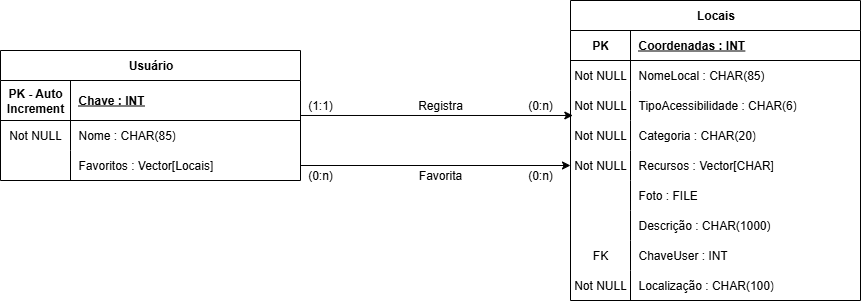
Above: doc/Banco AcessoLivre.png in Erlanoep13/Acesso-Livre (draw.io), before the change. Source tidied: cells renumbered, new cells last; positions are measured from the earlier drawing's top-left corner, leaving out a move shared by most shapes.
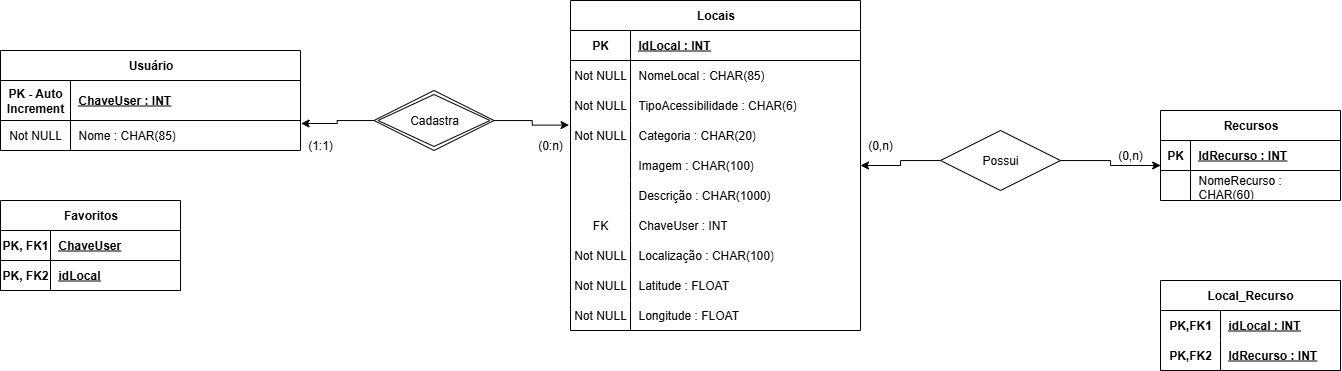
The same diagram one commit later.

Commit message:
Corrigindo modelo do banco de dados

Change to the diagram source:
```diff
@@ -3,7 +3,7 @@
     <mxCell id="0" />
     <mxCell id="1" parent="0" />
     <mxCell id="2" value="Usuário" style="shape=table;startSize=30;rowLines=0;fontStyle=1;align=center;html=1;" parent="1" vertex="1">
-      <mxGeometry y="50" width="300" height="130" as="geometry" />
+      <mxGeometry y="50" width="300" height="100" as="geometry" />
     </mxCell>
     <mxCell id="3" style="shape=tableRow;horizontal=0;startSize=0;swimlaneHead=0;swimlaneBody=0;fillColor=none;top=0;left=0;right=0;bottom=1;" parent="2" vertex="1">
       <mxGeometry y="30" width="300" height="40" as="geometry" />
@@ -11,7 +11,7 @@
     <mxCell id="4" value="PK - Auto Increment" style="shape=partialRectangle;fillColor=none;top=0;left=0;bottom=0;right=0;fontStyle=1;overflow=hidden;whiteSpace=wrap;html=1;" parent="3" vertex="1">
       <mxGeometry width="70" height="40" as="geometry" />
     </mxCell>
-    <mxCell id="5" value="Chave : INT" style="shape=partialRectangle;fillColor=none;top=0;left=0;bottom=0;right=0;align=left;spacingLeft=6;fontStyle=5;overflow=hidden;whiteSpace=wrap;html=1;" parent="3" vertex="1">
+    <mxCell id="5" value="ChaveUser : INT" style="shape=partialRectangle;fillColor=none;top=0;left=0;bottom=0;right=0;align=left;spacingLeft=6;fontStyle=5;overflow=hidden;whiteSpace=wrap;html=1;" parent="3" vertex="1">
       <mxGeometry x="70" width="230" height="40" as="geometry" />
     </mxCell>
     <mxCell id="6" style="shape=tableRow;horizontal=0;startSize=0;swimlaneHead=0;swimlaneBody=0;fillColor=none;points=[[0,0.5],[1,0.5]];portConstraint=eastwest;top=0;left=0;right=0;bottom=0;" parent="2" vertex="1">
@@ -23,17 +23,8 @@
     <mxCell id="8" value="Nome : CHAR(85)" style="shape=partialRectangle;fillColor=none;top=0;left=0;bottom=0;right=0;align=left;spacingLeft=6;overflow=hidden;whiteSpace=wrap;html=1;" parent="6" vertex="1">
       <mxGeometry x="70" width="230" height="30" as="geometry" />
     </mxCell>
-    <mxCell id="9" style="shape=tableRow;horizontal=0;startSize=0;swimlaneHead=0;swimlaneBody=0;fillColor=none;points=[[0,0.5],[1,0.5]];portConstraint=eastwest;top=0;left=0;right=0;bottom=0;" parent="2" vertex="1">
-      <mxGeometry y="100" width="300" height="30" as="geometry" />
-    </mxCell>
-    <mxCell id="10" style="shape=partialRectangle;fillColor=none;top=0;left=0;bottom=0;right=0;overflow=hidden;whiteSpace=wrap;html=1;" parent="9" vertex="1">
-      <mxGeometry width="70" height="30" as="geometry" />
-    </mxCell>
-    <mxCell id="11" value="Favoritos : Vector[Locais]" style="shape=partialRectangle;fillColor=none;top=0;left=0;bottom=0;right=0;align=left;spacingLeft=6;overflow=hidden;whiteSpace=wrap;html=1;" parent="9" vertex="1">
-      <mxGeometry x="70" width="230" height="30" as="geometry" />
-    </mxCell>
     <mxCell id="12" value="Locais" style="shape=table;startSize=30;rowLines=0;fontStyle=1;align=center;html=1;" parent="1" vertex="1">
-      <mxGeometry x="570" width="290" height="300" as="geometry" />
+      <mxGeometry x="570" width="290" height="330" as="geometry" />
     </mxCell>
     <mxCell id="13" style="shape=tableRow;horizontal=0;startSize=0;swimlaneHead=0;swimlaneBody=0;fillColor=none;top=0;left=0;right=0;bottom=1;" parent="12" vertex="1">
       <mxGeometry y="30" width="290" height="30" as="geometry" />
@@ -41,7 +32,7 @@
     <mxCell id="14" value="PK" style="shape=partialRectangle;fillColor=none;top=0;left=0;bottom=0;right=0;fontStyle=1;overflow=hidden;whiteSpace=wrap;html=1;" parent="13" vertex="1">
       <mxGeometry width="60" height="30" as="geometry" />
     </mxCell>
-    <mxCell id="15" value="Coordenadas : INT" style="shape=partialRectangle;fillColor=none;top=0;left=0;bottom=0;right=0;align=left;spacingLeft=6;fontStyle=5;overflow=hidden;whiteSpace=wrap;html=1;" parent="13" vertex="1">
+    <mxCell id="15" value="IdLocal : INT" style="shape=partialRectangle;fillColor=none;top=0;left=0;bottom=0;right=0;align=left;spacingLeft=6;fontStyle=5;overflow=hidden;whiteSpace=wrap;html=1;" parent="13" vertex="1">
       <mxGeometry x="60" width="230" height="30" as="geometry" />
     </mxCell>
     <mxCell id="16" style="shape=tableRow;horizontal=0;startSize=0;swimlaneHead=0;swimlaneBody=0;fillColor=none;top=0;left=0;right=0;bottom=0;" parent="12" vertex="1">
@@ -71,26 +62,17 @@
     <mxCell id="24" value="Categoria : CHAR(20)" style="shape=partialRectangle;fillColor=none;top=0;left=0;bottom=0;right=0;align=left;spacingLeft=6;overflow=hidden;whiteSpace=wrap;html=1;" parent="22" vertex="1">
       <mxGeometry x="60" width="230" height="30" as="geometry" />
     </mxCell>
-    <mxCell id="25" style="shape=tableRow;horizontal=0;startSize=0;swimlaneHead=0;swimlaneBody=0;fillColor=none;points=[[0,0.5],[1,0.5]];portConstraint=eastwest;top=0;left=0;right=0;bottom=0;" parent="12" vertex="1">
-      <mxGeometry y="150" width="290" height="30" as="geometry" />
-    </mxCell>
-    <mxCell id="26" value="Not NULL" style="shape=partialRectangle;fillColor=none;top=0;left=0;bottom=0;right=0;overflow=hidden;whiteSpace=wrap;html=1;" parent="25" vertex="1">
-      <mxGeometry width="60" height="30" as="geometry" />
-    </mxCell>
-    <mxCell id="27" value="Recursos : Vector[CHAR]" style="shape=partialRectangle;fillColor=none;top=0;left=0;bottom=0;right=0;align=left;spacingLeft=6;overflow=hidden;whiteSpace=wrap;html=1;" parent="25" vertex="1">
-      <mxGeometry x="60" width="230" height="30" as="geometry" />
-    </mxCell>
     <mxCell id="28" style="shape=tableRow;horizontal=0;startSize=0;swimlaneHead=0;swimlaneBody=0;fillColor=none;points=[[0,0.5],[1,0.5]];portConstraint=eastwest;top=0;left=0;right=0;bottom=0;" parent="12" vertex="1">
-      <mxGeometry y="180" width="290" height="30" as="geometry" />
+      <mxGeometry y="150" width="290" height="30" as="geometry" />
     </mxCell>
     <mxCell id="29" style="shape=partialRectangle;fillColor=none;top=0;left=0;bottom=0;right=0;overflow=hidden;whiteSpace=wrap;html=1;" parent="28" vertex="1">
       <mxGeometry width="60" height="30" as="geometry" />
     </mxCell>
-    <mxCell id="30" value="Foto : FILE" style="shape=partialRectangle;fillColor=none;top=0;left=0;bottom=0;right=0;align=left;spacingLeft=6;overflow=hidden;whiteSpace=wrap;html=1;" parent="28" vertex="1">
+    <mxCell id="30" value="Imagem : CHAR(100)" style="shape=partialRectangle;fillColor=none;top=0;left=0;bottom=0;right=0;align=left;spacingLeft=6;overflow=hidden;whiteSpace=wrap;html=1;" parent="28" vertex="1">
       <mxGeometry x="60" width="230" height="30" as="geometry" />
     </mxCell>
     <mxCell id="31" style="shape=tableRow;horizontal=0;startSize=0;swimlaneHead=0;swimlaneBody=0;fillColor=none;top=0;left=0;right=0;bottom=0;" parent="12" vertex="1">
-      <mxGeometry y="210" width="290" height="30" as="geometry" />
+      <mxGeometry y="180" width="290" height="30" as="geometry" />
     </mxCell>
     <mxCell id="32" style="shape=partialRectangle;fillColor=none;top=0;left=0;bottom=0;right=0;overflow=hidden;whiteSpace=wrap;html=1;" parent="31" vertex="1">
       <mxGeometry width="60" height="30" as="geometry" />
@@ -99,7 +81,7 @@
       <mxGeometry x="60" width="230" height="30" as="geometry" />
     </mxCell>
     <mxCell id="34" style="shape=tableRow;horizontal=0;startSize=0;swimlaneHead=0;swimlaneBody=0;fillColor=none;top=0;left=0;right=0;bottom=0;" parent="12" vertex="1">
-      <mxGeometry y="240" width="290" height="30" as="geometry" />
+      <mxGeometry y="210" width="290" height="30" as="geometry" />
     </mxCell>
     <mxCell id="35" value="FK" style="shape=partialRectangle;fillColor=none;top=0;left=0;bottom=0;right=0;overflow=hidden;whiteSpace=wrap;html=1;" parent="34" vertex="1">
       <mxGeometry width="60" height="30" as="geometry" />
@@ -108,7 +90,7 @@
       <mxGeometry x="60" width="230" height="30" as="geometry" />
     </mxCell>
     <mxCell id="37" style="shape=tableRow;horizontal=0;startSize=0;swimlaneHead=0;swimlaneBody=0;fillColor=none;top=0;left=0;right=0;bottom=0;" parent="12" vertex="1">
-      <mxGeometry y="270" width="290" height="30" as="geometry" />
+      <mxGeometry y="240" width="290" height="30" as="geometry" />
     </mxCell>
     <mxCell id="38" value="Not NULL" style="shape=partialRectangle;fillColor=none;top=0;left=0;bottom=0;right=0;overflow=hidden;whiteSpace=wrap;html=1;" parent="37" vertex="1">
       <mxGeometry width="60" height="30" as="geometry" />
@@ -116,29 +98,116 @@
     <mxCell id="39" value="Localização : CHAR(100)" style="shape=partialRectangle;fillColor=none;top=0;left=0;bottom=0;right=0;align=left;spacingLeft=6;overflow=hidden;whiteSpace=wrap;html=1;" parent="37" vertex="1">
       <mxGeometry x="60" width="230" height="30" as="geometry" />
     </mxCell>
-    <mxCell id="40" value="Registra" style="text;html=1;align=center;verticalAlign=middle;whiteSpace=wrap;rounded=0;" parent="1" vertex="1">
-      <mxGeometry x="410" y="90" width="60" height="30" as="geometry" />
-    </mxCell>
-    <mxCell id="41" style="edgeStyle=orthogonalEdgeStyle;rounded=0;jettySize=auto;html=1;entryX=0;entryY=0.5;entryDx=0;entryDy=0;" parent="1" edge="1" source="9" target="25">
-      <mxGeometry relative="1" as="geometry" />
-    </mxCell>
-    <mxCell id="42" value="Favorita" style="text;html=1;align=center;verticalAlign=middle;whiteSpace=wrap;rounded=0;" parent="1" vertex="1">
-      <mxGeometry x="410" y="160" width="60" height="30" as="geometry" />
-    </mxCell>
-    <mxCell id="43" style="edgeStyle=orthogonalEdgeStyle;rounded=0;jettySize=auto;html=1;entryX=0.008;entryY=0.833;entryDx=0;entryDy=0;entryPerimeter=0;" parent="1" edge="1" source="2" target="19">
-      <mxGeometry relative="1" as="geometry" />
-    </mxCell>
+    <mxCell id="48" style="shape=tableRow;horizontal=0;startSize=0;swimlaneHead=0;swimlaneBody=0;fillColor=none;top=0;left=0;right=0;bottom=0;" parent="12" vertex="1">
+      <mxGeometry y="270" width="290" height="30" as="geometry" />
+    </mxCell>
+    <mxCell id="49" value="Not NULL" style="shape=partialRectangle;fillColor=none;top=0;left=0;bottom=0;right=0;overflow=hidden;whiteSpace=wrap;html=1;" parent="48" vertex="1">
+      <mxGeometry width="60" height="30" as="geometry" />
+    </mxCell>
+    <mxCell id="50" value="Latitude : FLOAT" style="shape=partialRectangle;fillColor=none;top=0;left=0;bottom=0;right=0;align=left;spacingLeft=6;overflow=hidden;whiteSpace=wrap;html=1;" parent="48" vertex="1">
+      <mxGeometry x="60" width="230" height="30" as="geometry" />
+    </mxCell>
+    <mxCell id="51" style="shape=tableRow;horizontal=0;startSize=0;swimlaneHead=0;swimlaneBody=0;fillColor=none;top=0;left=0;right=0;bottom=0;" parent="12" vertex="1">
+      <mxGeometry y="300" width="290" height="30" as="geometry" />
+    </mxCell>
+    <mxCell id="52" value="Not NULL" style="shape=partialRectangle;fillColor=none;top=0;left=0;bottom=0;right=0;overflow=hidden;whiteSpace=wrap;html=1;" parent="51" vertex="1">
+      <mxGeometry width="60" height="30" as="geometry" />
+    </mxCell>
+    <mxCell id="53" value="Longitude : FLOAT" style="shape=partialRectangle;fillColor=none;top=0;left=0;bottom=0;right=0;align=left;spacingLeft=6;overflow=hidden;whiteSpace=wrap;html=1;" parent="51" vertex="1">
+      <mxGeometry x="60" width="230" height="30" as="geometry" />
+    </mxCell>
     <mxCell id="44" value="(0:n)" style="text;html=1;align=center;verticalAlign=middle;whiteSpace=wrap;rounded=0;" parent="1" vertex="1">
-      <mxGeometry x="510" y="90" width="60" height="30" as="geometry" />
+      <mxGeometry x="520" y="130" width="60" height="30" as="geometry" />
     </mxCell>
     <mxCell id="45" value="(1:1)" style="text;html=1;align=center;verticalAlign=middle;whiteSpace=wrap;rounded=0;" parent="1" vertex="1">
-      <mxGeometry x="290" y="90" width="60" height="30" as="geometry" />
+      <mxGeometry x="290" y="130" width="60" height="30" as="geometry" />
     </mxCell>
-    <mxCell id="46" value="(0:n)" style="text;html=1;align=center;verticalAlign=middle;whiteSpace=wrap;rounded=0;" parent="1" vertex="1">
-      <mxGeometry x="510" y="160" width="60" height="30" as="geometry" />
-    </mxCell>
-    <mxCell id="47" value="(0:n)" style="text;html=1;align=center;verticalAlign=middle;whiteSpace=wrap;rounded=0;" parent="1" vertex="1">
-      <mxGeometry x="290" y="160" width="60" height="30" as="geometry" />
-    </mxCell>
+    <mxCell id="54" value="Favoritos" style="shape=table;startSize=30;rowLines=0;fontStyle=1;align=center;html=1;" parent="1" vertex="1">
+      <mxGeometry y="200" width="180" height="90" as="geometry" />
+    </mxCell>
+    <mxCell id="55" style="shape=tableRow;horizontal=0;startSize=0;swimlaneHead=0;swimlaneBody=0;fillColor=none;top=0;left=0;right=0;bottom=1;" parent="54" vertex="1">
+      <mxGeometry y="30" width="180" height="30" as="geometry" />
+    </mxCell>
+    <mxCell id="56" value="PK, FK1" style="shape=partialRectangle;fillColor=none;top=0;left=0;bottom=0;right=0;fontStyle=1;overflow=hidden;whiteSpace=wrap;html=1;" parent="55" vertex="1">
+      <mxGeometry width="50" height="30" as="geometry" />
+    </mxCell>
+    <mxCell id="57" value="ChaveUser" style="shape=partialRectangle;fillColor=none;top=0;left=0;bottom=0;right=0;align=left;spacingLeft=6;fontStyle=5;overflow=hidden;whiteSpace=wrap;html=1;" parent="55" vertex="1">
+      <mxGeometry x="50" width="130" height="30" as="geometry" />
+    </mxCell>
+    <mxCell id="58" style="shape=tableRow;horizontal=0;startSize=0;swimlaneHead=0;swimlaneBody=0;fillColor=none;top=0;left=0;right=0;bottom=1;" parent="54" vertex="1">
+      <mxGeometry y="60" width="180" height="30" as="geometry" />
+    </mxCell>
+    <mxCell id="59" value="PK, FK2" style="shape=partialRectangle;fillColor=none;top=0;left=0;bottom=0;right=0;fontStyle=1;overflow=hidden;whiteSpace=wrap;html=1;" parent="58" vertex="1">
+      <mxGeometry width="50" height="30" as="geometry" />
+    </mxCell>
+    <mxCell id="60" value="idLocal" style="shape=partialRectangle;fillColor=none;top=0;left=0;bottom=0;right=0;align=left;spacingLeft=6;fontStyle=5;overflow=hidden;whiteSpace=wrap;html=1;" parent="58" vertex="1">
+      <mxGeometry x="50" width="130" height="30" as="geometry" />
+    </mxCell>
+    <mxCell id="61" value="Cadastra" style="shape=rhombus;double=1;perimeter=rhombusPerimeter;whiteSpace=wrap;html=1;align=center;" parent="1" vertex="1">
+      <mxGeometry x="373.5" y="90" width="120" height="60" as="geometry" />
+    </mxCell>
+    <mxCell id="62" style="edgeStyle=orthogonalEdgeStyle;rounded=0;jettySize=auto;html=1;entryX=1.002;entryY=0.1;entryDx=0;entryDy=0;entryPerimeter=0;" parent="1" edge="1" source="61" target="6">
+      <mxGeometry relative="1" as="geometry" />
+    </mxCell>
+    <mxCell id="63" style="edgeStyle=orthogonalEdgeStyle;rounded=0;jettySize=auto;html=1;entryX=-0.005;entryY=0.153;entryDx=0;entryDy=0;entryPerimeter=0;" parent="1" edge="1" source="61" target="22">
+      <mxGeometry relative="1" as="geometry" />
+    </mxCell>
+    <mxCell id="64" value="Recursos" style="shape=table;startSize=30;rowLines=0;fontStyle=1;align=center;html=1;" parent="1" vertex="1">
+      <mxGeometry x="1160" y="110" width="180" height="90" as="geometry" />
+    </mxCell>
+    <mxCell id="65" style="shape=tableRow;horizontal=0;startSize=0;swimlaneHead=0;swimlaneBody=0;fillColor=none;points=[[0,0.5],[1,0.5]];portConstraint=eastwest;top=0;left=0;right=0;bottom=1;" parent="64" vertex="1">
+      <mxGeometry y="30" width="180" height="30" as="geometry" />
+    </mxCell>
+    <mxCell id="66" value="PK" style="shape=partialRectangle;fillColor=none;top=0;left=0;bottom=0;right=0;fontStyle=1;overflow=hidden;whiteSpace=wrap;html=1;" parent="65" vertex="1">
+      <mxGeometry width="30" height="30" as="geometry" />
+    </mxCell>
+    <mxCell id="67" value="IdRecurso : INT" style="shape=partialRectangle;fillColor=none;top=0;left=0;bottom=0;right=0;align=left;spacingLeft=6;fontStyle=5;overflow=hidden;whiteSpace=wrap;html=1;" parent="65" vertex="1">
+      <mxGeometry x="30" width="150" height="30" as="geometry" />
+    </mxCell>
+    <mxCell id="68" style="shape=tableRow;horizontal=0;startSize=0;swimlaneHead=0;swimlaneBody=0;fillColor=none;top=0;left=0;right=0;bottom=0;" parent="64" vertex="1">
+      <mxGeometry y="60" width="180" height="30" as="geometry" />
+    </mxCell>
+    <mxCell id="69" style="shape=partialRectangle;fillColor=none;top=0;left=0;bottom=0;right=0;overflow=hidden;whiteSpace=wrap;html=1;" parent="68" vertex="1">
+      <mxGeometry width="30" height="30" as="geometry" />
+    </mxCell>
+    <mxCell id="70" value="NomeRecurso : CHAR(60)" style="shape=partialRectangle;fillColor=none;top=0;left=0;bottom=0;right=0;align=left;spacingLeft=6;overflow=hidden;whiteSpace=wrap;html=1;" parent="68" vertex="1">
+      <mxGeometry x="30" width="150" height="30" as="geometry" />
+    </mxCell>
+    <mxCell id="71" style="edgeStyle=orthogonalEdgeStyle;rounded=0;jettySize=auto;html=1;entryX=1;entryY=0.5;entryDx=0;entryDy=0;" parent="1" edge="1" source="72" target="28">
+      <mxGeometry relative="1" as="geometry" />
+    </mxCell>
+    <mxCell id="72" value="Possui" style="shape=rhombus;perimeter=rhombusPerimeter;whiteSpace=wrap;html=1;align=center;" parent="1" vertex="1">
+      <mxGeometry x="940" y="130" width="120" height="60" as="geometry" />
+    </mxCell>
+    <mxCell id="73" style="edgeStyle=orthogonalEdgeStyle;rounded=0;jettySize=auto;html=1;entryX=0.001;entryY=0.833;entryDx=0;entryDy=0;entryPerimeter=0;" parent="1" edge="1" source="72" target="65">
+      <mxGeometry relative="1" as="geometry" />
+    </mxCell>
+    <mxCell id="74" value="(0,n)" style="text;html=1;align=center;verticalAlign=middle;whiteSpace=wrap;rounded=0;" parent="1" vertex="1">
+      <mxGeometry x="850" y="130" width="60" height="30" as="geometry" />
+    </mxCell>
+    <mxCell id="75" value="(0,n)" style="text;html=1;align=center;verticalAlign=middle;whiteSpace=wrap;rounded=0;" parent="1" vertex="1">
+      <mxGeometry x="1100" y="140" width="60" height="30" as="geometry" />
+    </mxCell>
+    <mxCell id="76" value="Local_Recurso" style="shape=table;startSize=30;rowLines=0;fontStyle=1;align=center;html=1;whiteSpace=wrap;" parent="1" vertex="1">
+      <mxGeometry x="1160" y="280" width="180" height="90" as="geometry" />
+    </mxCell>
+    <mxCell id="77" style="shape=tableRow;horizontal=0;startSize=0;swimlaneHead=0;swimlaneBody=0;fillColor=none;top=0;left=0;right=0;bottom=0;html=1;" parent="76" vertex="1">
+      <mxGeometry y="30" width="180" height="30" as="geometry" />
+    </mxCell>
+    <mxCell id="78" value="PK,FK1" style="shape=partialRectangle;fillColor=none;top=0;left=0;bottom=0;right=0;fontStyle=1;overflow=hidden;html=1;whiteSpace=wrap;" parent="77" vertex="1">
+      <mxGeometry width="60" height="30" as="geometry" />
+    </mxCell>
+    <mxCell id="79" value="idLocal : INT" style="shape=partialRectangle;fillColor=none;top=0;left=0;bottom=0;right=0;align=left;spacingLeft=6;fontStyle=5;overflow=hidden;html=1;whiteSpace=wrap;" parent="77" vertex="1">
+      <mxGeometry x="60" width="120" height="30" as="geometry" />
+    </mxCell>
+    <mxCell id="80" style="shape=tableRow;horizontal=0;startSize=0;swimlaneHead=0;swimlaneBody=0;fillColor=none;top=0;left=0;right=0;bottom=1;html=1;" parent="76" vertex="1">
+      <mxGeometry y="60" width="180" height="30" as="geometry" />
+    </mxCell>
+    <mxCell id="81" value="PK,FK2" style="shape=partialRectangle;fillColor=none;top=0;left=0;bottom=0;right=0;fontStyle=1;overflow=hidden;html=1;whiteSpace=wrap;" parent="80" vertex="1">
+      <mxGeometry width="60" height="30" as="geometry" />
+    </mxCell>
+    <mxCell id="82" value="IdRecurso : INT" style="shape=partialRectangle;fillColor=none;top=0;left=0;bottom=0;right=0;align=left;spacingLeft=6;fontStyle=5;overflow=hidden;html=1;whiteSpace=wrap;" parent="80" vertex="1">
+      <mxGeometry x="60" width="120" height="30" as="geometry" />
+    </mxCell>
   </root>
 </mxGraphModel>
```
